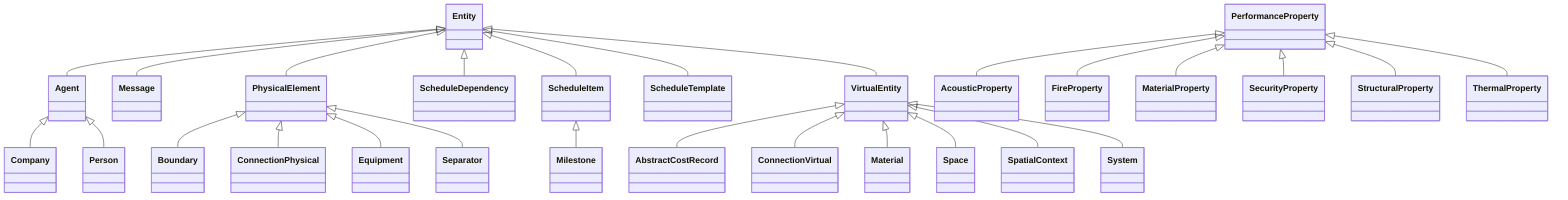
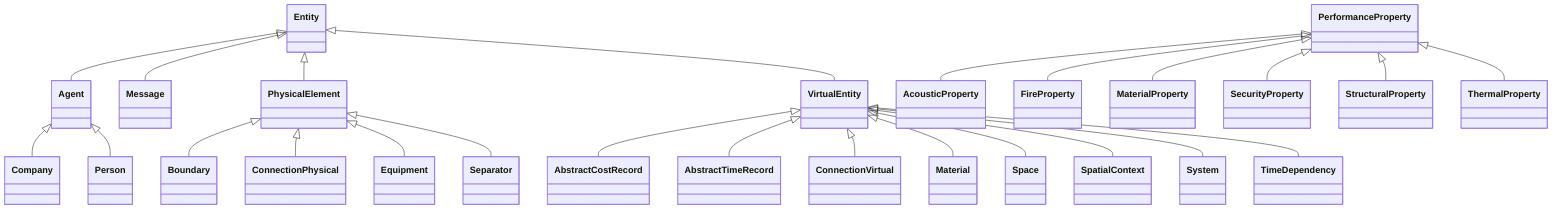
classDiagram
  direction TB
  Entity <|-- Agent
  Agent <|-- Company
  Agent <|-- Person
  Entity <|-- Message
  Entity <|-- PhysicalElement
  PhysicalElement <|-- Boundary
  PhysicalElement <|-- ConnectionPhysical
  PhysicalElement <|-- Equipment
  PhysicalElement <|-- Separator
-   Entity <|-- ScheduleDependency
-   Entity <|-- ScheduleItem
-   ScheduleItem <|-- Milestone
-   Entity <|-- ScheduleTemplate
  Entity <|-- VirtualEntity
  VirtualEntity <|-- AbstractCostRecord
+   VirtualEntity <|-- AbstractTimeRecord
  VirtualEntity <|-- ConnectionVirtual
  VirtualEntity <|-- Material
  VirtualEntity <|-- Space
  VirtualEntity <|-- SpatialContext
  VirtualEntity <|-- System
+   VirtualEntity <|-- TimeDependency
  PerformanceProperty <|-- AcousticProperty
  PerformanceProperty <|-- FireProperty
  PerformanceProperty <|-- MaterialProperty
  PerformanceProperty <|-- SecurityProperty
  PerformanceProperty <|-- StructuralProperty
  PerformanceProperty <|-- ThermalProperty
